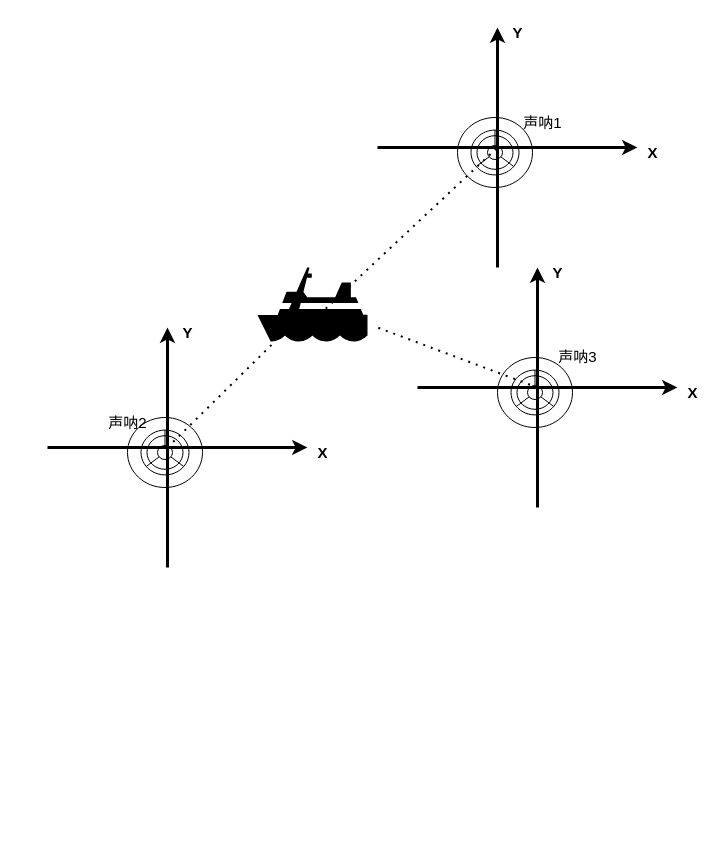
Corner430/drawio keeps this draw.io diagram as 水下目标提取标书/多途到达和掠射角预处理.drawio. Above is the earlier version. Source tidied: cells renumbered, new cells numbered last; positions are measured from the earlier drawing's top-left corner, leaving out a move shared by most shapes. Both pictures are drawn from the tidied source at 100%, with x=0, y=0 at pixel (47, 17).
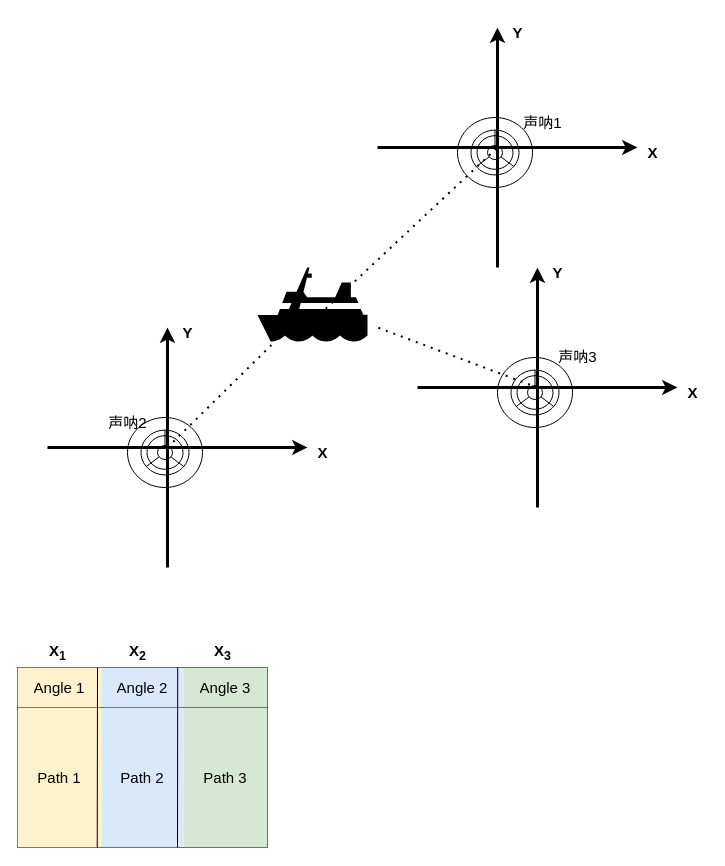
Above is the later version.

Commit message:
添加向量信息至多途到达和掠射角

Diff of the diagram source:
```diff
@@
+    <mxCell id="24" style="shape=table;html=1;whiteSpace=wrap;startSize=0;childLayout=tableLayout;columnLines=0;rowLines=0;" parent="1" vertex="1">
+      <mxGeometry x="-30" y="650" width="250" height="40" as="geometry" />
+    </mxCell>
+    <mxCell id="25" style="shape=tableRow;horizontal=0;startSize=0;swimlaneHead=0;swimlaneBody=0;top=0;left=0;bottom=0;right=0;fillColor=none;" parent="24" vertex="1">
+      <mxGeometry width="250" height="40" as="geometry" />
+    </mxCell>
+    <mxCell id="26" value="&lt;font style=&quot;font-size: 15px;&quot;&gt;Angle 1&lt;/font&gt;" style="shape=partialRectangle;html=1;whiteSpace=wrap;fillColor=#fff2cc;top=0;left=0;bottom=0;right=0;overflow=hidden;fontSize=12;strokeColor=#d6b656;" parent="25" vertex="1">
+      <mxGeometry width="84" height="40" as="geometry" />
+    </mxCell>
+    <mxCell id="27" value="&lt;span style=&quot;font-size: 15px;&quot;&gt;Angle 2&lt;/span&gt;" style="shape=partialRectangle;html=1;whiteSpace=wrap;fillColor=#dae8fc;top=0;left=0;bottom=0;right=0;overflow=hidden;fontSize=12;strokeColor=#6c8ebf;" parent="25" vertex="1">
+      <mxGeometry x="84" width="82" height="40" as="geometry" />
+    </mxCell>
+    <mxCell id="28" value="&lt;span style=&quot;font-size: 15px;&quot;&gt;Angle 3&lt;/span&gt;" style="shape=partialRectangle;html=1;whiteSpace=wrap;fillColor=#d5e8d4;top=0;left=0;bottom=0;right=0;overflow=hidden;fontSize=12;strokeColor=#82b366;" parent="25" vertex="1">
+      <mxGeometry x="166" width="84" height="40" as="geometry" />
+    </mxCell>
+    <mxCell id="29" style="shape=table;html=1;whiteSpace=wrap;startSize=0;childLayout=tableLayout;columnLines=0;rowLines=0;" parent="1" vertex="1">
+      <mxGeometry x="-30" y="690" width="250" height="140" as="geometry" />
+    </mxCell>
+    <mxCell id="30" style="shape=tableRow;horizontal=0;startSize=0;swimlaneHead=0;swimlaneBody=0;top=0;left=0;bottom=0;right=0;fillColor=none;points=[[0,0.5],[1,0.5]];portConstraint=eastwest;" parent="29" vertex="1">
+      <mxGeometry width="250" height="140" as="geometry" />
+    </mxCell>
+    <mxCell id="31" value="&lt;font style=&quot;font-size: 15px;&quot;&gt;Path 1&lt;/font&gt;" style="shape=partialRectangle;html=1;whiteSpace=wrap;fillColor=#fff2cc;top=0;left=0;bottom=0;right=0;overflow=hidden;fontSize=12;strokeColor=#d6b656;" parent="30" vertex="1">
+      <mxGeometry width="84" height="140" as="geometry" />
+    </mxCell>
+    <mxCell id="32" value="&lt;span style=&quot;font-size: 15px;&quot;&gt;Path 2&lt;/span&gt;" style="shape=partialRectangle;html=1;whiteSpace=wrap;fillColor=#dae8fc;top=0;left=0;bottom=0;right=0;overflow=hidden;fontSize=12;strokeColor=#6c8ebf;" parent="30" vertex="1">
+      <mxGeometry x="84" width="82" height="140" as="geometry" />
+    </mxCell>
+    <mxCell id="33" value="&lt;span style=&quot;font-size: 15px;&quot;&gt;Path 3&lt;/span&gt;" style="shape=partialRectangle;html=1;whiteSpace=wrap;fillColor=#d5e8d4;top=0;left=0;bottom=0;right=0;overflow=hidden;fontSize=12;strokeColor=#82b366;" parent="30" vertex="1">
+      <mxGeometry x="166" width="84" height="140" as="geometry" />
+    </mxCell>
+    <mxCell id="34" style="endArrow=none;html=1;fontSize=15;exitX=0.319;exitY=1.002;exitDx=0;exitDy=0;exitPerimeter=0;strokeWidth=1;" parent="1" edge="1" source="30">
+      <mxGeometry relative="1" as="geometry">
+        <mxPoint x="50" y="650" as="targetPoint" />
+      </mxGeometry>
+    </mxCell>
+    <mxCell id="35" style="endArrow=none;html=1;fontSize=15;exitX=0.319;exitY=1.002;exitDx=0;exitDy=0;exitPerimeter=0;strokeWidth=1;" parent="1" edge="1">
+      <mxGeometry relative="1" as="geometry">
+        <mxPoint x="130" y="830" as="sourcePoint" />
+        <mxPoint x="130.2" y="649.7" as="targetPoint" />
+      </mxGeometry>
+    </mxCell>
+    <mxCell id="36" value="&lt;b&gt;X&lt;sub&gt;1&lt;/sub&gt;&lt;/b&gt;" style="text;html=1;align=center;verticalAlign=middle;strokeColor=none;fillColor=none;fontSize=15;" parent="1" vertex="1">
+      <mxGeometry x="-10" y="620" width="40" height="30" as="geometry" />
+    </mxCell>
+    <mxCell id="37" value="&lt;b&gt;X&lt;sub&gt;2&lt;/sub&gt;&lt;/b&gt;" style="text;html=1;align=center;verticalAlign=middle;strokeColor=none;fillColor=none;fontSize=15;" parent="1" vertex="1">
+      <mxGeometry x="70" y="620" width="40" height="30" as="geometry" />
+    </mxCell>
+    <mxCell id="38" value="&lt;b&gt;X&lt;sub&gt;3&lt;/sub&gt;&lt;/b&gt;" style="text;html=1;align=center;verticalAlign=middle;strokeColor=none;fillColor=none;fontSize=15;" parent="1" vertex="1">
+      <mxGeometry x="155" y="620" width="40" height="30" as="geometry" />
+    </mxCell>
```
